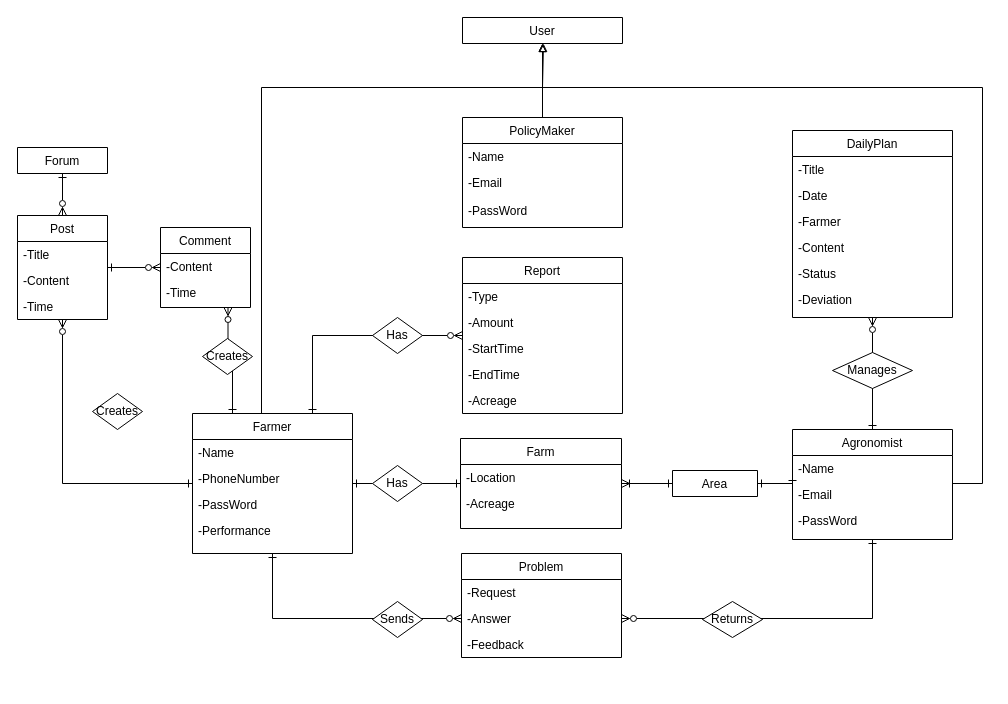
The draw.io diagram DD/UML/Entity Relationship.drawio in ictar/DREAM-SE2-Project-2022, before the edit. Source tidied: cells renumbered, new cells numbered last; positions are measured from the earlier drawing's top-left corner, leaving out a move shared by most shapes. Both pictures are drawn from the tidied source at 100%, with x=0, y=0 at pixel (17, 17).
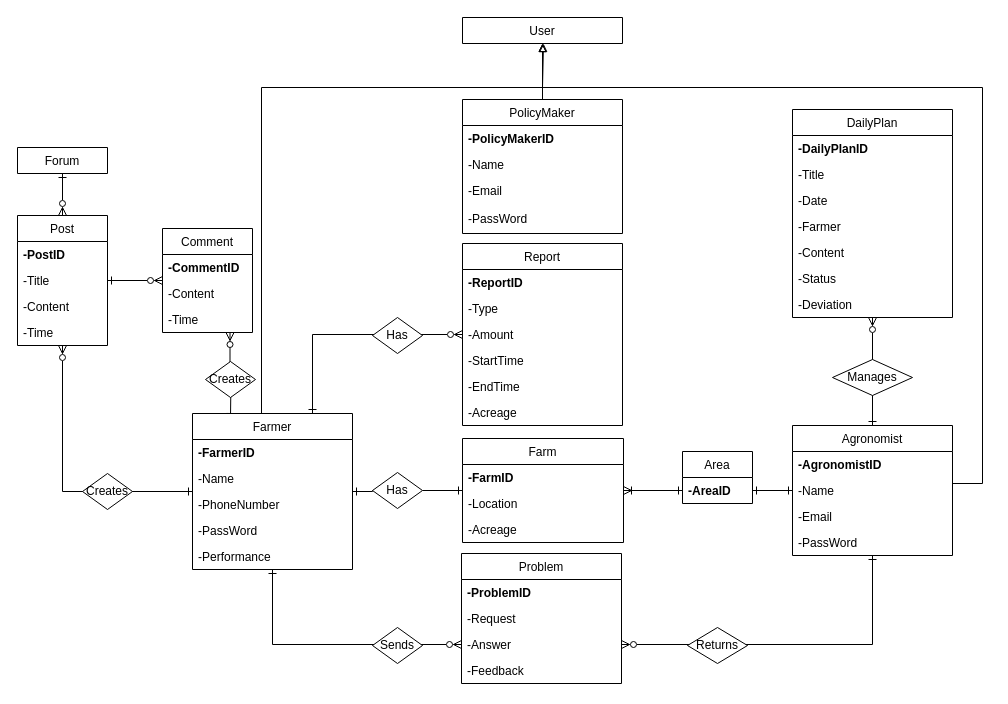
After the change.

Diff of the diagram source:
```diff
@@
     <mxCell id="2" value="Report" style="swimlane;fontStyle=0;align=center;verticalAlign=top;horizontal=1;startSize=26;rounded=0;shadow=0;strokeWidth=1;" parent="1" vertex="1">
-      <mxGeometry x="445" y="240" width="160" height="156" as="geometry" />
+      <mxGeometry x="445" y="226" width="160" height="182" as="geometry" />
     </mxCell>
+    <mxCell id="68" value="-ReportID" style="text;align=left;verticalAlign=top;spacingLeft=4;spacingRight=4;overflow=hidden;fontStyle=1;" parent="2" vertex="1">
+      <mxGeometry y="26" width="160" height="26" as="geometry" />
+    </mxCell>
     <mxCell id="3" value="-Type" style="text;align=left;verticalAlign=top;spacingLeft=4;spacingRight=4;overflow=hidden;" parent="2" vertex="1">
-      <mxGeometry y="26" width="160" height="26" as="geometry" />
+      <mxGeometry y="52" width="160" height="26" as="geometry" />
     </mxCell>
     <mxCell id="4" value="-Amount" style="text;align=left;verticalAlign=top;spacingLeft=4;spacingRight=4;overflow=hidden;" parent="2" vertex="1">
-      <mxGeometry y="52" width="160" height="26" as="geometry" />
+      <mxGeometry y="78" width="160" height="26" as="geometry" />
     </mxCell>
     <mxCell id="5" value="-StartTime" style="text;align=left;verticalAlign=top;spacingLeft=4;spacingRight=4;overflow=hidden;" parent="2" vertex="1">
-      <mxGeometry y="78" width="160" height="26" as="geometry" />
+      <mxGeometry y="104" width="160" height="26" as="geometry" />
     </mxCell>
     <mxCell id="6" value="-EndTime" style="text;align=left;verticalAlign=top;spacingLeft=4;spacingRight=4;overflow=hidden;" parent="2" vertex="1">
-      <mxGeometry y="104" width="160" height="26" as="geometry" />
+      <mxGeometry y="130" width="160" height="26" as="geometry" />
     </mxCell>
     <mxCell id="7" value="-Acreage" style="text;align=left;verticalAlign=top;spacingLeft=4;spacingRight=4;overflow=hidden;" parent="2" vertex="1">
-      <mxGeometry y="130" width="160" height="26" as="geometry" />
+      <mxGeometry y="156" width="160" height="26" as="geometry" />
     </mxCell>
@@
-    <mxCell id="11" style="edgeStyle=orthogonalEdgeStyle;rounded=0;jettySize=auto;html=1;exitX=0.25;exitY=0;exitDx=0;exitDy=0;entryX=0.75;entryY=1;entryDx=0;entryDy=0;startArrow=ERone;startFill=0;endArrow=ERzeroToMany;endFill=0;" parent="1" edge="1" source="14" target="55">
-      <mxGeometry relative="1" as="geometry" />
+    <mxCell id="11" style="edgeStyle=orthogonalEdgeStyle;rounded=0;jettySize=auto;html=1;entryX=0.75;entryY=1;entryDx=0;entryDy=0;startArrow=ERone;startFill=0;endArrow=ERzeroToMany;endFill=0;" parent="1" edge="1" target="55">
+      <mxGeometry relative="1" as="geometry">
+        <mxPoint x="213" y="400" as="sourcePoint" />
+      </mxGeometry>
     </mxCell>
@@
     <mxCell id="14" value="Farmer" style="swimlane;fontStyle=0;align=center;verticalAlign=top;horizontal=1;startSize=26;rounded=0;shadow=0;strokeWidth=1;" parent="1" vertex="1">
-      <mxGeometry x="175" y="396" width="160" height="140" as="geometry" />
+      <mxGeometry x="175" y="396" width="160" height="156" as="geometry" />
     </mxCell>
+    <mxCell id="69" value="-FarmerID" style="text;align=left;verticalAlign=top;spacingLeft=4;spacingRight=4;overflow=hidden;fontStyle=1;" parent="14" vertex="1">
+      <mxGeometry y="26" width="160" height="26" as="geometry" />
+    </mxCell>
     <mxCell id="15" value="-Name" style="text;align=left;verticalAlign=top;spacingLeft=4;spacingRight=4;overflow=hidden;" parent="14" vertex="1">
-      <mxGeometry y="26" width="160" height="26" as="geometry" />
+      <mxGeometry y="52" width="160" height="26" as="geometry" />
     </mxCell>
     <mxCell id="16" value="-PhoneNumber" style="text;align=left;verticalAlign=top;spacingLeft=4;spacingRight=4;overflow=hidden;fontStyle=0;labelBackgroundColor=default;" parent="14" vertex="1">
-      <mxGeometry y="52" width="160" height="26" as="geometry" />
+      <mxGeometry y="78" width="160" height="26" as="geometry" />
     </mxCell>
     <mxCell id="17" value="-PassWord" style="text;align=left;verticalAlign=top;spacingLeft=4;spacingRight=4;overflow=hidden;" parent="14" vertex="1">
-      <mxGeometry y="78" width="160" height="26" as="geometry" />
+      <mxGeometry y="104" width="160" height="26" as="geometry" />
     </mxCell>
     <mxCell id="18" value="-Performance" style="text;align=left;verticalAlign=top;spacingLeft=4;spacingRight=4;overflow=hidden;" parent="14" vertex="1">
-      <mxGeometry y="104" width="160" height="26" as="geometry" />
+      <mxGeometry y="130" width="160" height="26" as="geometry" />
     </mxCell>
@@
     <mxCell id="22" value="Agronomist" style="swimlane;fontStyle=0;align=center;verticalAlign=top;horizontal=1;startSize=26;rounded=0;shadow=0;strokeWidth=1;" parent="1" vertex="1">
-      <mxGeometry x="775" y="412" width="160" height="110" as="geometry" />
+      <mxGeometry x="775" y="408" width="160" height="130" as="geometry" />
     </mxCell>
+    <mxCell id="70" value="-AgronomistID" style="text;align=left;verticalAlign=top;spacingLeft=4;spacingRight=4;overflow=hidden;fontStyle=1;" parent="22" vertex="1">
+      <mxGeometry y="26" width="160" height="26" as="geometry" />
+    </mxCell>
     <mxCell id="23" value="-Name" style="text;align=left;verticalAlign=top;spacingLeft=4;spacingRight=4;overflow=hidden;" parent="22" vertex="1">
-      <mxGeometry y="26" width="160" height="26" as="geometry" />
+      <mxGeometry y="52" width="160" height="26" as="geometry" />
     </mxCell>
     <mxCell id="24" value="-Email" style="text;align=left;verticalAlign=top;spacingLeft=4;spacingRight=4;overflow=hidden;" parent="22" vertex="1">
-      <mxGeometry y="52" width="160" height="26" as="geometry" />
+      <mxGeometry y="78" width="160" height="26" as="geometry" />
     </mxCell>
     <mxCell id="25" value="-PassWord" style="text;align=left;verticalAlign=top;spacingLeft=4;spacingRight=4;overflow=hidden;" parent="22" vertex="1">
-      <mxGeometry y="78" width="160" height="26" as="geometry" />
+      <mxGeometry y="104" width="160" height="26" as="geometry" />
     </mxCell>
@@
     <mxCell id="27" value="PolicyMaker" style="swimlane;fontStyle=0;align=center;verticalAlign=top;horizontal=1;startSize=26;rounded=0;shadow=0;strokeWidth=1;" parent="1" vertex="1">
-      <mxGeometry x="445" y="100" width="160" height="110" as="geometry" />
+      <mxGeometry x="445" y="82" width="160" height="134" as="geometry" />
     </mxCell>
+    <mxCell id="71" value="-PolicyMakerID" style="text;align=left;verticalAlign=top;spacingLeft=4;spacingRight=4;overflow=hidden;fontStyle=1;" parent="27" vertex="1">
+      <mxGeometry y="26" width="160" height="26" as="geometry" />
+    </mxCell>
     <mxCell id="28" value="-Name" style="text;align=left;verticalAlign=top;spacingLeft=4;spacingRight=4;overflow=hidden;" parent="27" vertex="1">
-      <mxGeometry y="26" width="160" height="26" as="geometry" />
+      <mxGeometry y="52" width="160" height="26" as="geometry" />
     </mxCell>
     <mxCell id="29" value="-Email" style="text;align=left;verticalAlign=top;spacingLeft=4;spacingRight=4;overflow=hidden;" parent="27" vertex="1">
-      <mxGeometry y="52" width="160" height="28" as="geometry" />
+      <mxGeometry y="78" width="160" height="28" as="geometry" />
     </mxCell>
     <mxCell id="30" value="-PassWord" style="text;align=left;verticalAlign=top;spacingLeft=4;spacingRight=4;overflow=hidden;" parent="27" vertex="1">
-      <mxGeometry y="80" width="160" height="28" as="geometry" />
+      <mxGeometry y="106" width="160" height="28" as="geometry" />
     </mxCell>
-    <mxCell id="31" style="edgeStyle=orthogonalEdgeStyle;rounded=0;jettySize=auto;html=1;exitX=1;exitY=0.5;exitDx=0;exitDy=0;entryX=0;entryY=0.5;entryDx=0;entryDy=0;startArrow=ERoneToMany;startFill=0;endArrow=ERone;endFill=0;" parent="1" edge="1" source="32" target="59">
+    <mxCell id="31" style="edgeStyle=orthogonalEdgeStyle;rounded=0;jettySize=auto;html=1;exitX=1;exitY=0.5;exitDx=0;exitDy=0;entryX=0;entryY=0.5;entryDx=0;entryDy=0;startArrow=ERoneToMany;startFill=0;endArrow=ERone;endFill=0;" parent="1" edge="1" source="32" target="78">
       <mxGeometry relative="1" as="geometry" />
     </mxCell>
     <mxCell id="32" value="Farm" style="swimlane;fontStyle=0;align=center;verticalAlign=top;horizontal=1;startSize=26;rounded=0;shadow=0;strokeWidth=1;" parent="1" vertex="1">
-      <mxGeometry x="443" y="421" width="161" height="90" as="geometry" />
+      <mxGeometry x="445" y="421" width="161" height="104" as="geometry" />
     </mxCell>
+    <mxCell id="72" value="-FarmID" style="text;align=left;verticalAlign=top;spacingLeft=4;spacingRight=4;overflow=hidden;rounded=0;shadow=0;html=0;fontStyle=1;" parent="32" vertex="1">
+      <mxGeometry y="26" width="161" height="26" as="geometry" />
+    </mxCell>
     <mxCell id="33" value="-Location" style="text;align=left;verticalAlign=top;spacingLeft=4;spacingRight=4;overflow=hidden;rounded=0;shadow=0;html=0;" parent="32" vertex="1">
-      <mxGeometry y="26" width="161" height="26" as="geometry" />
+      <mxGeometry y="52" width="161" height="26" as="geometry" />
     </mxCell>
     <mxCell id="34" value="-Acreage" style="text;align=left;verticalAlign=top;spacingLeft=4;spacingRight=4;overflow=hidden;" parent="32" vertex="1">
-      <mxGeometry y="52" width="161" height="26" as="geometry" />
+      <mxGeometry y="78" width="161" height="26" as="geometry" />
     </mxCell>
@@
     <mxCell id="36" value="Problem" style="swimlane;fontStyle=0;align=center;verticalAlign=top;horizontal=1;startSize=26;rounded=0;shadow=0;strokeWidth=1;" parent="1" vertex="1">
-      <mxGeometry x="444" y="536" width="160" height="104" as="geometry" />
+      <mxGeometry x="444" y="536" width="160" height="130" as="geometry" />
     </mxCell>
+    <mxCell id="73" value="-ProblemID" style="text;align=left;verticalAlign=top;spacingLeft=4;spacingRight=4;overflow=hidden;fontStyle=1;" parent="36" vertex="1">
+      <mxGeometry y="26" width="160" height="26" as="geometry" />
+    </mxCell>
     <mxCell id="37" value="-Request" style="text;align=left;verticalAlign=top;spacingLeft=4;spacingRight=4;overflow=hidden;" parent="36" vertex="1">
-      <mxGeometry y="26" width="160" height="26" as="geometry" />
+      <mxGeometry y="52" width="160" height="26" as="geometry" />
     </mxCell>
     <mxCell id="38" value="-Answer" style="text;align=left;verticalAlign=top;spacingLeft=4;spacingRight=4;overflow=hidden;points=[[0,0.5],[1,0.5]];portConstraint=eastwest;rounded=0;shadow=0;html=0;" parent="36" vertex="1">
-      <mxGeometry y="52" width="160" height="26" as="geometry" />
+      <mxGeometry y="78" width="160" height="26" as="geometry" />
     </mxCell>
     <mxCell id="39" value="-Feedback" style="text;align=left;verticalAlign=top;spacingLeft=4;spacingRight=4;overflow=hidden;rounded=0;shadow=0;html=0;" parent="36" vertex="1">
-      <mxGeometry y="78" width="160" height="26" as="geometry" />
+      <mxGeometry y="104" width="160" height="26" as="geometry" />
     </mxCell>
@@
     <mxCell id="42" value="DailyPlan" style="swimlane;fontStyle=0;align=center;verticalAlign=top;horizontal=1;startSize=26;rounded=0;shadow=0;strokeWidth=1;" parent="1" vertex="1">
-      <mxGeometry x="775" y="113" width="160" height="187" as="geometry" />
+      <mxGeometry x="775" y="92" width="160" height="208" as="geometry" />
     </mxCell>
+    <mxCell id="74" value="-DailyPlanID" style="text;align=left;verticalAlign=top;spacingLeft=4;spacingRight=4;overflow=hidden;rounded=0;shadow=0;html=0;fontStyle=1;" parent="42" vertex="1">
+      <mxGeometry y="26" width="160" height="26" as="geometry" />
+    </mxCell>
     <mxCell id="43" value="-Title" style="text;align=left;verticalAlign=top;spacingLeft=4;spacingRight=4;overflow=hidden;rounded=0;shadow=0;html=0;" parent="42" vertex="1">
-      <mxGeometry y="26" width="160" height="26" as="geometry" />
+      <mxGeometry y="52" width="160" height="26" as="geometry" />
     </mxCell>
     <mxCell id="44" value="-Date" style="text;align=left;verticalAlign=top;spacingLeft=4;spacingRight=4;overflow=hidden;rounded=0;shadow=0;html=0;" parent="42" vertex="1">
-      <mxGeometry y="52" width="160" height="26" as="geometry" />
+      <mxGeometry y="78" width="160" height="26" as="geometry" />
     </mxCell>
     <mxCell id="45" value="-Farmer" style="text;align=left;verticalAlign=top;spacingLeft=4;spacingRight=4;overflow=hidden;rounded=0;shadow=0;html=0;" parent="42" vertex="1">
-      <mxGeometry y="78" width="160" height="26" as="geometry" />
+      <mxGeometry y="104" width="160" height="26" as="geometry" />
     </mxCell>
     <mxCell id="46" value="-Content" style="text;align=left;verticalAlign=top;spacingLeft=4;spacingRight=4;overflow=hidden;rounded=0;shadow=0;html=0;" parent="42" vertex="1">
-      <mxGeometry y="104" width="160" height="26" as="geometry" />
+      <mxGeometry y="130" width="160" height="26" as="geometry" />
     </mxCell>
     <mxCell id="47" value="-Status" style="text;align=left;verticalAlign=top;spacingLeft=4;spacingRight=4;overflow=hidden;" parent="42" vertex="1">
-      <mxGeometry y="130" width="160" height="26" as="geometry" />
+      <mxGeometry y="156" width="160" height="26" as="geometry" />
     </mxCell>
     <mxCell id="48" value="-Deviation" style="text;align=left;verticalAlign=top;spacingLeft=4;spacingRight=4;overflow=hidden;rounded=0;shadow=0;html=0;" parent="42" vertex="1">
-      <mxGeometry y="156" width="160" height="26" as="geometry" />
+      <mxGeometry y="182" width="160" height="26" as="geometry" />
     </mxCell>
@@
     <mxCell id="51" value="Post" style="swimlane;fontStyle=0;align=center;verticalAlign=top;horizontal=1;startSize=26;rounded=0;shadow=0;strokeWidth=1;" parent="1" vertex="1">
-      <mxGeometry y="198" width="90" height="104" as="geometry" />
+      <mxGeometry y="198" width="90" height="130" as="geometry" />
     </mxCell>
+    <mxCell id="75" value="-PostID" style="text;align=left;verticalAlign=top;spacingLeft=4;spacingRight=4;overflow=hidden;fontStyle=1;" parent="51" vertex="1">
+      <mxGeometry y="26" width="90" height="26" as="geometry" />
+    </mxCell>
     <mxCell id="52" value="-Title" style="text;align=left;verticalAlign=top;spacingLeft=4;spacingRight=4;overflow=hidden;" parent="51" vertex="1">
-      <mxGeometry y="26" width="90" height="26" as="geometry" />
+      <mxGeometry y="52" width="90" height="26" as="geometry" />
     </mxCell>
     <mxCell id="53" value="-Content" style="text;align=left;verticalAlign=top;spacingLeft=4;spacingRight=4;overflow=hidden;" parent="51" vertex="1">
-      <mxGeometry y="52" width="90" height="26" as="geometry" />
+      <mxGeometry y="78" width="90" height="26" as="geometry" />
     </mxCell>
     <mxCell id="54" value="-Time" style="text;align=left;verticalAlign=top;spacingLeft=4;spacingRight=4;overflow=hidden;" parent="51" vertex="1">
-      <mxGeometry y="78" width="90" height="26" as="geometry" />
+      <mxGeometry y="104" width="90" height="26" as="geometry" />
     </mxCell>
     <mxCell id="55" value="Comment" style="swimlane;fontStyle=0;align=center;verticalAlign=top;horizontal=1;startSize=26;rounded=0;shadow=0;strokeWidth=1;" parent="1" vertex="1">
-      <mxGeometry x="143" y="210" width="90" height="80" as="geometry" />
+      <mxGeometry x="145" y="211" width="90" height="104" as="geometry" />
     </mxCell>
+    <mxCell id="76" value="-CommentID" style="text;align=left;verticalAlign=top;spacingLeft=4;spacingRight=4;overflow=hidden;fontStyle=1;" parent="55" vertex="1">
+      <mxGeometry y="26" width="90" height="26" as="geometry" />
+    </mxCell>
     <mxCell id="56" value="-Content" style="text;align=left;verticalAlign=top;spacingLeft=4;spacingRight=4;overflow=hidden;" parent="55" vertex="1">
-      <mxGeometry y="26" width="90" height="26" as="geometry" />
+      <mxGeometry y="52" width="90" height="26" as="geometry" />
     </mxCell>
     <mxCell id="57" value="-Time" style="text;align=left;verticalAlign=top;spacingLeft=4;spacingRight=4;overflow=hidden;" parent="55" vertex="1">
-      <mxGeometry y="52" width="90" height="26" as="geometry" />
+      <mxGeometry y="78" width="90" height="26" as="geometry" />
     </mxCell>
-    <mxCell id="58" style="edgeStyle=orthogonalEdgeStyle;rounded=0;jettySize=auto;html=1;exitX=1;exitY=0.5;exitDx=0;exitDy=0;entryX=0;entryY=0.5;entryDx=0;entryDy=0;startArrow=ERone;startFill=0;endArrow=ERone;endFill=0;" parent="1" edge="1" source="59" target="22">
+    <mxCell id="58" style="edgeStyle=orthogonalEdgeStyle;rounded=0;jettySize=auto;html=1;exitX=1;exitY=0.5;exitDx=0;exitDy=0;entryX=0;entryY=0.5;entryDx=0;entryDy=0;startArrow=ERone;startFill=0;endArrow=ERone;endFill=0;" parent="1" edge="1" source="78" target="22">
       <mxGeometry relative="1" as="geometry" />
     </mxCell>
-    <mxCell id="59" value="Area" style="swimlane;fontStyle=0;align=center;verticalAlign=top;horizontal=1;startSize=26;rounded=0;shadow=0;strokeWidth=1;" parent="1" vertex="1" collapsed="1">
-      <mxGeometry x="655" y="453" width="85" height="26" as="geometry" />
+    <mxCell id="59" value="Area" style="swimlane;fontStyle=0;align=center;verticalAlign=top;horizontal=1;startSize=26;rounded=0;shadow=0;strokeWidth=1;" parent="1" vertex="1">
+      <mxGeometry x="665" y="434" width="70" height="52" as="geometry" />
     </mxCell>
+    <mxCell id="77" style="edgeStyle=orthogonalEdgeStyle;rounded=0;orthogonalLoop=1;jettySize=auto;html=1;exitX=1;exitY=0.5;exitDx=0;exitDy=0;entryX=1;entryY=0.5;entryDx=0;entryDy=0;endArrow=none;endFill=0;" parent="59" edge="1">
+      <mxGeometry relative="1" as="geometry">
+        <mxPoint x="160" y="143" as="sourcePoint" />
+        <mxPoint x="160" y="143" as="targetPoint" />
+      </mxGeometry>
+    </mxCell>
+    <mxCell id="78" value="-AreaID" style="text;align=left;verticalAlign=top;spacingLeft=4;spacingRight=4;overflow=hidden;points=[[0,0.5],[1,0.5]];portConstraint=eastwest;rounded=0;shadow=0;html=0;fontStyle=1;" parent="59" vertex="1">
+      <mxGeometry y="26" width="70" height="26" as="geometry" />
+    </mxCell>
     <mxCell id="60" value="Creates" style="shape=rhombus;perimeter=rhombusPerimeter;whiteSpace=wrap;html=1;align=center;" parent="1" vertex="1">
-      <mxGeometry x="75" y="376" width="50" height="36" as="geometry" />
+      <mxGeometry x="65" y="456" width="50" height="36" as="geometry" />
     </mxCell>
     <mxCell id="61" value="Creates" style="shape=rhombus;perimeter=rhombusPerimeter;whiteSpace=wrap;html=1;align=center;" parent="1" vertex="1">
-      <mxGeometry x="185" y="321" width="50" height="36" as="geometry" />
+      <mxGeometry x="188" y="344" width="50" height="36" as="geometry" />
     </mxCell>
@@
     <mxCell id="63" value="Manages" style="shape=rhombus;perimeter=rhombusPerimeter;whiteSpace=wrap;html=1;align=center;" parent="1" vertex="1">
-      <mxGeometry x="815" y="335" width="80" height="36" as="geometry" />
+      <mxGeometry x="815" y="342" width="80" height="36" as="geometry" />
     </mxCell>
     <mxCell id="64" value="Sends" style="shape=rhombus;perimeter=rhombusPerimeter;whiteSpace=wrap;html=1;align=center;" parent="1" vertex="1">
-      <mxGeometry x="355" y="584" width="50" height="36" as="geometry" />
+      <mxGeometry x="355" y="610" width="50" height="36" as="geometry" />
     </mxCell>
     <mxCell id="65" value="Returns" style="shape=rhombus;perimeter=rhombusPerimeter;whiteSpace=wrap;html=1;align=center;" parent="1" vertex="1">
-      <mxGeometry x="685" y="584" width="60" height="36" as="geometry" />
+      <mxGeometry x="670" y="610" width="60" height="36" as="geometry" />
     </mxCell>
     <mxCell id="66" value="Has" style="shape=rhombus;perimeter=rhombusPerimeter;whiteSpace=wrap;html=1;align=center;" parent="1" vertex="1">
-      <mxGeometry x="355" y="448" width="50" height="36" as="geometry" />
+      <mxGeometry x="355" y="455" width="50" height="36" as="geometry" />
     </mxCell>
```
